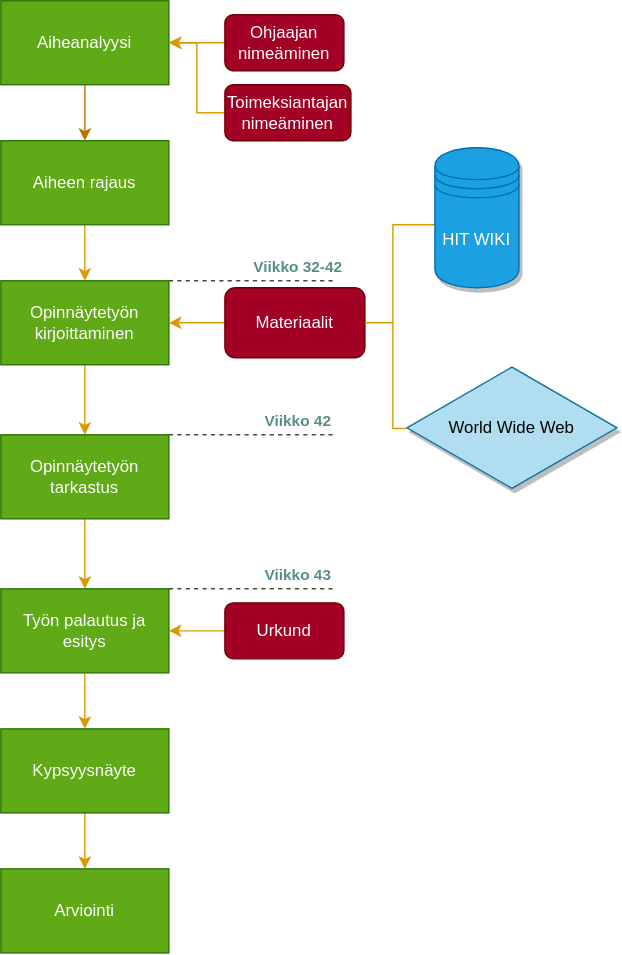
The draw.io diagram oppari_process.svg in hirsmaki/oppari, before a commit. Source tidied: cells renumbered, new cells last; positions are measured from the earlier drawing's top-left corner, leaving out a move shared by most shapes.
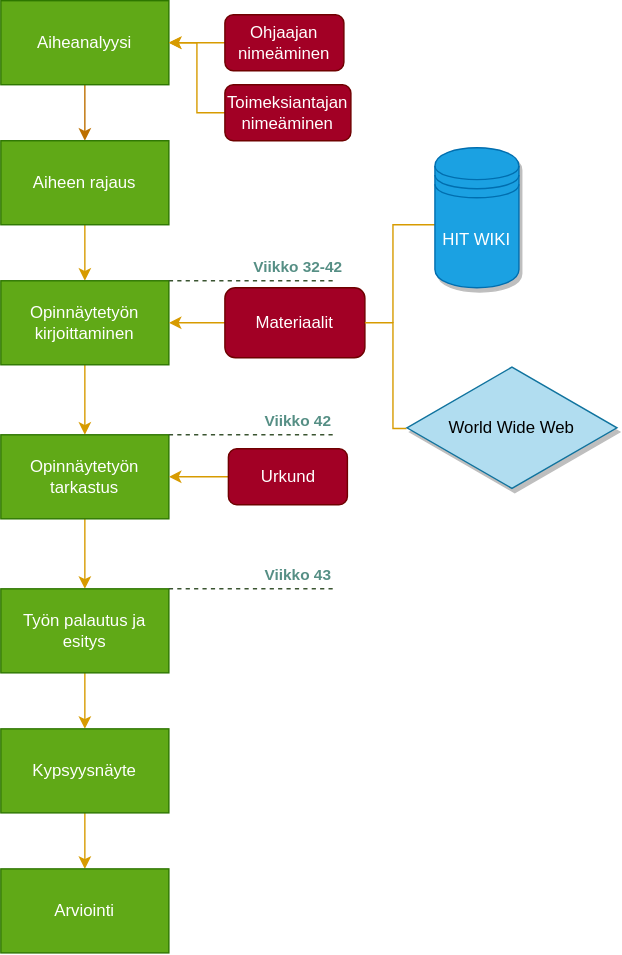
Later version of the same file.

The edit, as a diff of the source:
```diff
@@ -76,11 +76,13 @@
     <mxCell id="22" value="Arviointi" style="rounded=0;whiteSpace=wrap;html=1;shadow=0;fillColor=#60a917;strokeColor=#2D7600;fontColor=#ffffff;" parent="1" vertex="1">
       <mxGeometry y="620" width="120" height="60" as="geometry" />
     </mxCell>
-    <mxCell id="23" style="edgeStyle=orthogonalEdgeStyle;rounded=0;jettySize=auto;html=1;entryX=1;entryY=0.5;entryDx=0;entryDy=0;fillColor=#ffcd28;strokeColor=#d79b00;gradientColor=#ffa500;" parent="1" edge="1" source="24" target="19">
-      <mxGeometry relative="1" as="geometry" />
+    <mxCell id="23" style="edgeStyle=orthogonalEdgeStyle;rounded=0;jettySize=auto;html=1;fillColor=#ffcd28;strokeColor=#d79b00;gradientColor=#ffa500;" parent="1" edge="1" source="24">
+      <mxGeometry relative="1" as="geometry">
+        <mxPoint x="120" y="340" as="targetPoint" />
+      </mxGeometry>
     </mxCell>
     <mxCell id="24" value="Urkund" style="rounded=1;whiteSpace=wrap;html=1;fillColor=#a20025;strokeColor=#6F0000;fontColor=#ffffff;" parent="1" vertex="1">
-      <mxGeometry x="160" y="430" width="85" height="40" as="geometry" />
+      <mxGeometry x="162.5" y="320" width="85" height="40" as="geometry" />
     </mxCell>
     <mxCell id="25" style="edgeStyle=orthogonalEdgeStyle;rounded=0;jettySize=auto;html=1;exitX=0;exitY=0.5;exitDx=0;exitDy=0;fillColor=#ffcd28;strokeColor=#d79b00;gradientColor=#ffa500;" parent="1" edge="1" source="26">
       <mxGeometry relative="1" as="geometry">
```
